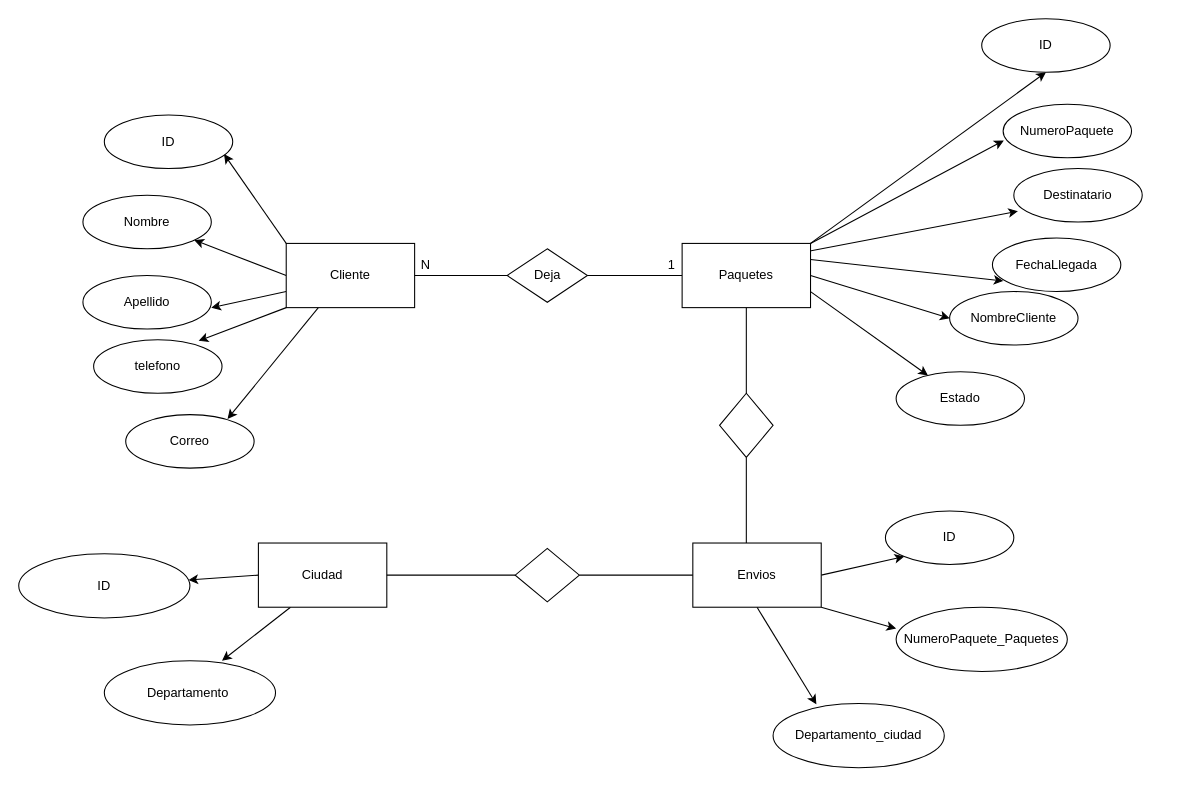
The draw.io diagram Mer/nuevo_merV5_Final.drawio in mateovillaa11/Proyecto_FindeA-o, before the edit. Source tidied: cells renumbered, new cells numbered last; positions are measured from the earlier drawing's top-left corner, leaving out a move shared by most shapes. Both pictures are drawn from the tidied source at 107%, with x=0, y=0 at pixel (18, 18).
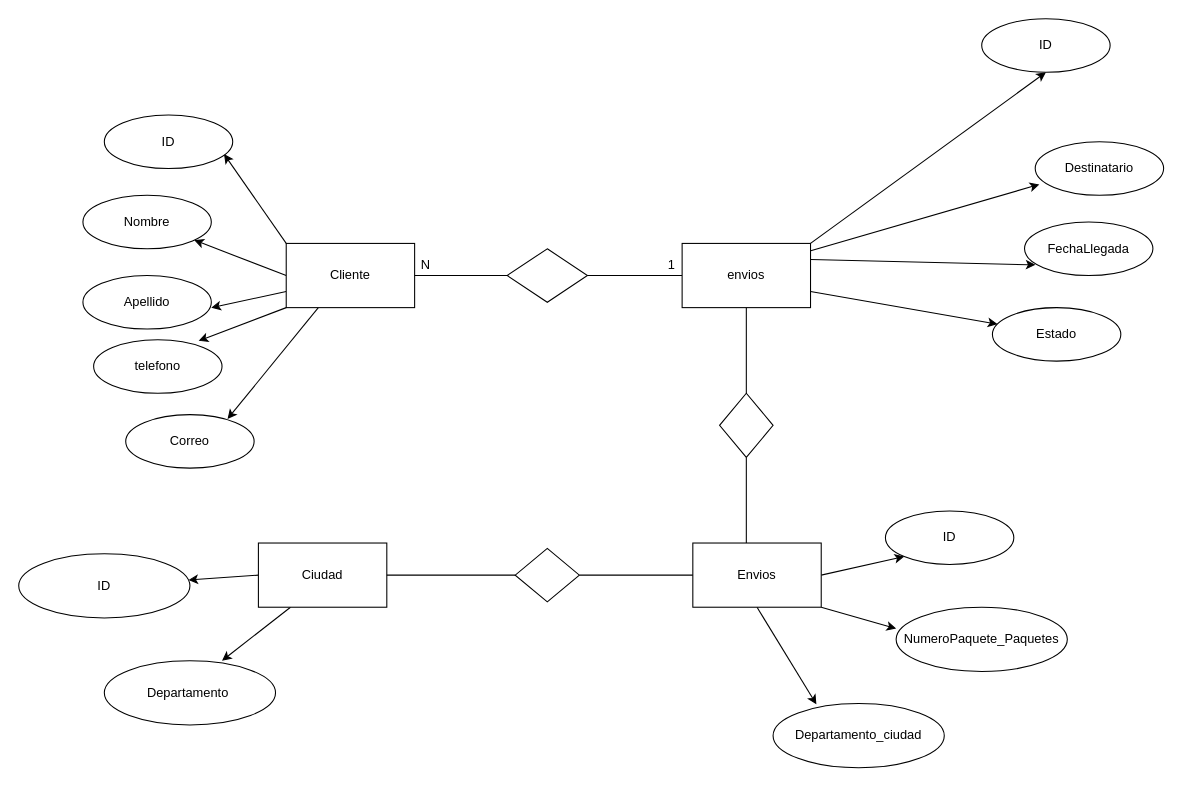
The same page after the edit.

Diff of the diagram source:
```diff
@@
-    <mxCell id="12" style="edgeStyle=none;html=1;exitX=1;exitY=0.5;exitDx=0;exitDy=0;entryX=0;entryY=0.5;entryDx=0;entryDy=0;" parent="1" edge="1" source="15" target="28">
-      <mxGeometry relative="1" as="geometry" />
-    </mxCell>
@@
-    <mxCell id="14" style="edgeStyle=none;html=1;exitX=1;exitY=0;exitDx=0;exitDy=0;entryX=0.005;entryY=0.677;entryDx=0;entryDy=0;entryPerimeter=0;" parent="1" edge="1" source="15" target="38">
-      <mxGeometry relative="1" as="geometry" />
-    </mxCell>
-    <mxCell id="15" value="Paquetes" style="rounded=0;whiteSpace=wrap;html=1;" parent="1" vertex="1">
+    <mxCell id="15" value="envios" style="rounded=0;whiteSpace=wrap;html=1;" parent="1" vertex="1">
       <mxGeometry x="620" y="210" width="120" height="60" as="geometry" />
     </mxCell>
-    <mxCell id="16" value="Deja" style="rhombus;whiteSpace=wrap;html=1;" parent="1" vertex="1">
+    <mxCell id="16" style="rhombus;whiteSpace=wrap;html=1;" parent="1" vertex="1">
       <mxGeometry x="456.5" y="215" width="75" height="50" as="geometry" />
     </mxCell>
@@
     <mxCell id="19" value="Destinatario" style="ellipse;whiteSpace=wrap;html=1;" parent="1" vertex="1">
-      <mxGeometry x="930" y="140" width="120" height="50" as="geometry" />
+      <mxGeometry x="950" y="115" width="120" height="50" as="geometry" />
     </mxCell>
@@
     <mxCell id="25" value="FechaLlegada" style="ellipse;whiteSpace=wrap;html=1;" parent="1" vertex="1">
-      <mxGeometry x="910" y="205" width="120" height="50" as="geometry" />
+      <mxGeometry x="940" y="190" width="120" height="50" as="geometry" />
     </mxCell>
@@
-    <mxCell id="28" value="NombreCliente" style="ellipse;whiteSpace=wrap;html=1;" parent="1" vertex="1">
-      <mxGeometry x="870" y="255" width="120" height="50" as="geometry" />
-    </mxCell>
     <mxCell id="29" value="Estado" style="ellipse;whiteSpace=wrap;html=1;" parent="1" vertex="1">
-      <mxGeometry x="820" y="330" width="120" height="50" as="geometry" />
+      <mxGeometry x="910" y="270" width="120" height="50" as="geometry" />
     </mxCell>
@@
-    <mxCell id="38" value="NumeroPaquete" style="ellipse;whiteSpace=wrap;html=1;" parent="1" vertex="1">
-      <mxGeometry x="920" y="80" width="120" height="50" as="geometry" />
-    </mxCell>
```
